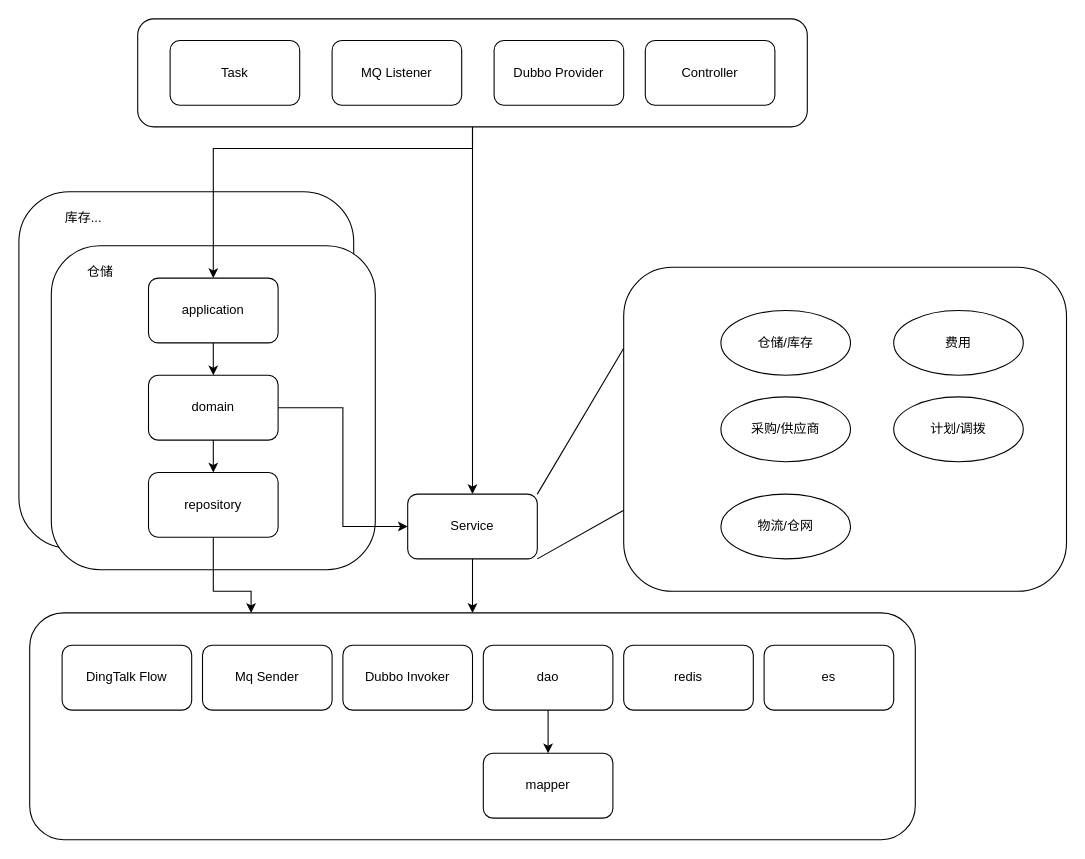
Before: xiangmuability.drawio in zzqfsy/zzqfsy.github.io, a draw.io diagram. Source tidied: cells renumbered, new cells numbered last; positions are measured from the earlier drawing's top-left corner, leaving out a move shared by most shapes. Both pictures are drawn from the tidied source at 108%, with x=0, y=0 at pixel (18, 18).
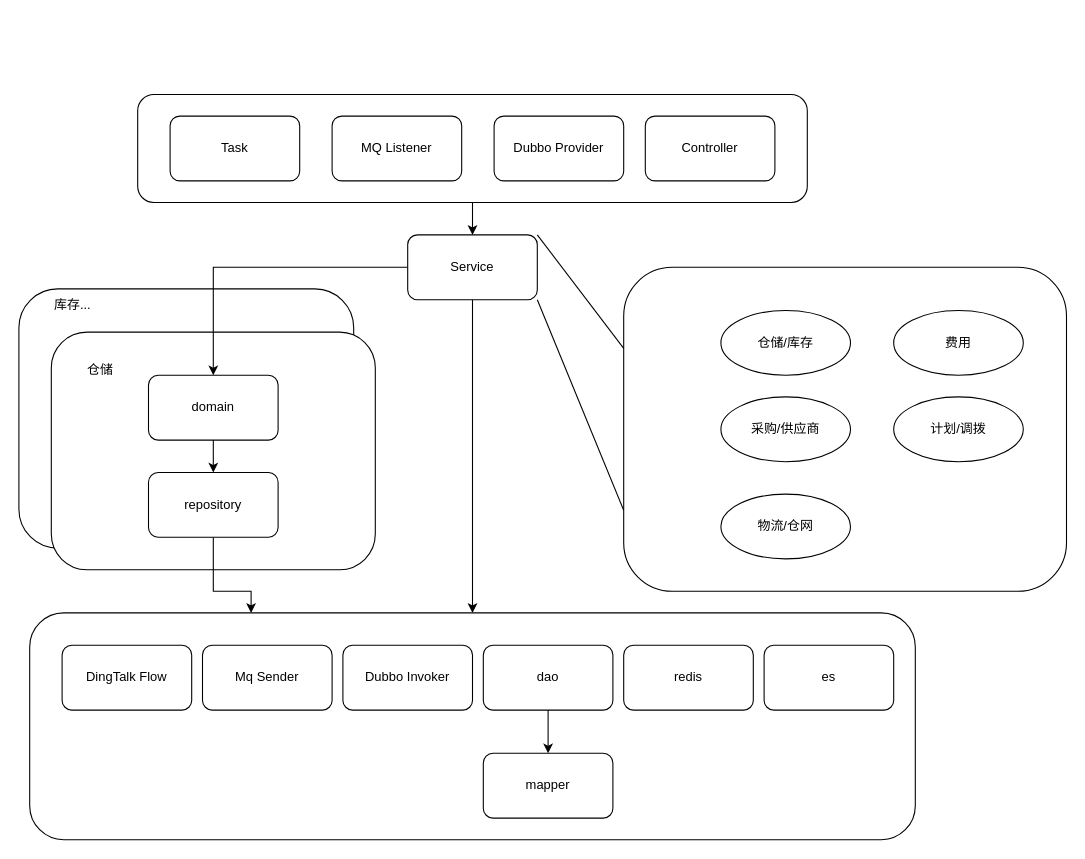
After the change.

Unchanged cells that the change refers to:
```xml
<mxCell id="34" value="domain" style="rounded=1;whiteSpace=wrap;html=1;" parent="1" vertex="1">
  <mxGeometry x="120" y="330" width="120" height="60" as="geometry" />
</mxCell>
```

Change to the diagram source:
```diff
@@
     <mxCell id="2" style="rounded=1;whiteSpace=wrap;html=1;" parent="1" vertex="1">
-      <mxGeometry y="160" width="310" height="330" as="geometry" />
+      <mxGeometry y="250" width="310" height="240" as="geometry" />
     </mxCell>
     <mxCell id="3" style="rounded=1;whiteSpace=wrap;html=1;" parent="1" vertex="1">
-      <mxGeometry x="30" y="210" width="300" height="300" as="geometry" />
+      <mxGeometry x="30" y="290" width="300" height="220" as="geometry" />
     </mxCell>
@@
-    <mxCell id="6" style="edgeStyle=orthogonalEdgeStyle;rounded=0;jettySize=auto;html=1;exitX=0.5;exitY=1;exitDx=0;exitDy=0;" parent="1" edge="1" source="7" target="31">
-      <mxGeometry relative="1" as="geometry">
-        <Array as="points">
-          <mxPoint x="420" y="120" />
-          <mxPoint x="180" y="120" />
-        </Array>
-      </mxGeometry>
-    </mxCell>
     <mxCell id="7" style="rounded=1;whiteSpace=wrap;html=1;" parent="1" vertex="1">
-      <mxGeometry x="110" width="620" height="100" as="geometry" />
+      <mxGeometry x="110" y="70" width="620" height="100" as="geometry" />
     </mxCell>
@@
     <mxCell id="14" value="Dubbo Provider" style="rounded=1;whiteSpace=wrap;html=1;" parent="1" vertex="1">
-      <mxGeometry x="440" y="20" width="120" height="60" as="geometry" />
+      <mxGeometry x="440" y="90" width="120" height="60" as="geometry" />
     </mxCell>
@@
+    <mxCell id="39" style="edgeStyle=orthogonalEdgeStyle;rounded=0;jettySize=auto;html=1;exitX=0;exitY=0.5;exitDx=0;exitDy=0;entryX=0.5;entryY=0;entryDx=0;entryDy=0;" parent="1" edge="1" source="16" target="34">
+      <mxGeometry relative="1" as="geometry" />
+    </mxCell>
     <mxCell id="16" value="Service" style="rounded=1;whiteSpace=wrap;html=1;" parent="1" vertex="1">
-      <mxGeometry x="360" y="440" width="120" height="60" as="geometry" />
+      <mxGeometry x="360" y="200" width="120" height="60" as="geometry" />
     </mxCell>
     <mxCell id="17" value="MQ Listener" style="rounded=1;whiteSpace=wrap;html=1;" parent="1" vertex="1">
-      <mxGeometry x="290" y="20" width="120" height="60" as="geometry" />
+      <mxGeometry x="290" y="90" width="120" height="60" as="geometry" />
     </mxCell>
@@
     <mxCell id="20" value="Task" style="rounded=1;whiteSpace=wrap;html=1;" parent="1" vertex="1">
-      <mxGeometry x="140" y="20" width="120" height="60" as="geometry" />
+      <mxGeometry x="140" y="90" width="120" height="60" as="geometry" />
     </mxCell>
@@
     <mxCell id="22" value="Controller" style="rounded=1;whiteSpace=wrap;html=1;" parent="1" vertex="1">
-      <mxGeometry x="580" y="20" width="120" height="60" as="geometry" />
+      <mxGeometry x="580" y="90" width="120" height="60" as="geometry" />
     </mxCell>
@@
-    <mxCell id="30" style="edgeStyle=orthogonalEdgeStyle;rounded=0;jettySize=auto;html=1;exitX=0.5;exitY=1;exitDx=0;exitDy=0;" parent="1" edge="1" source="31" target="34">
-      <mxGeometry relative="1" as="geometry" />
-    </mxCell>
-    <mxCell id="31" value="application" style="rounded=1;whiteSpace=wrap;html=1;" parent="1" vertex="1">
-      <mxGeometry x="120" y="240" width="120" height="60" as="geometry" />
-    </mxCell>
@@
-    <mxCell id="33" style="edgeStyle=orthogonalEdgeStyle;rounded=0;jettySize=auto;html=1;exitX=1;exitY=0.5;exitDx=0;exitDy=0;entryX=0;entryY=0.5;entryDx=0;entryDy=0;" parent="1" edge="1" source="34" target="16">
-      <mxGeometry relative="1" as="geometry" />
-    </mxCell>
@@
     <mxCell id="37" value="仓储" style="text;html=1;align=center;verticalAlign=middle;strokeColor=none;fillColor=none;" parent="1" vertex="1">
-      <mxGeometry x="50" y="220" width="50" height="30" as="geometry" />
+      <mxGeometry x="50" y="310" width="50" height="30" as="geometry" />
     </mxCell>
     <mxCell id="38" value="库存..." style="text;html=1;strokeColor=none;fillColor=none;align=center;verticalAlign=middle;whiteSpace=wrap;rounded=0;" parent="1" vertex="1">
-      <mxGeometry x="30" y="170" width="60" height="30" as="geometry" />
+      <mxGeometry x="20" y="250" width="60" height="30" as="geometry" />
     </mxCell>
```
